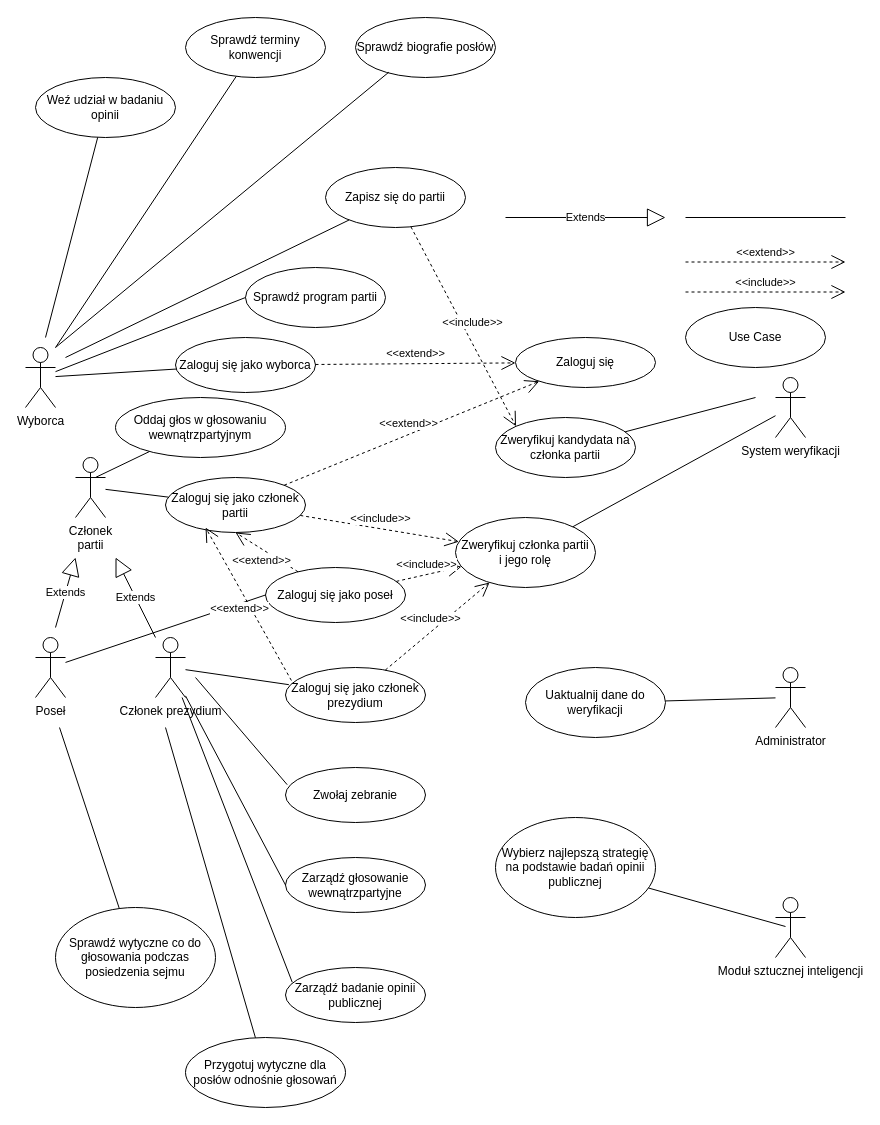
Before: UseCaseIO.drawio in Svvet/ProjektIO, a draw.io diagram. Source tidied: cells renumbered, new cells numbered last; positions are measured from the earlier drawing's top-left corner, leaving out a move shared by most shapes. Both pictures are drawn from the tidied source at 100%, with x=0, y=0 at pixel (25, 17).
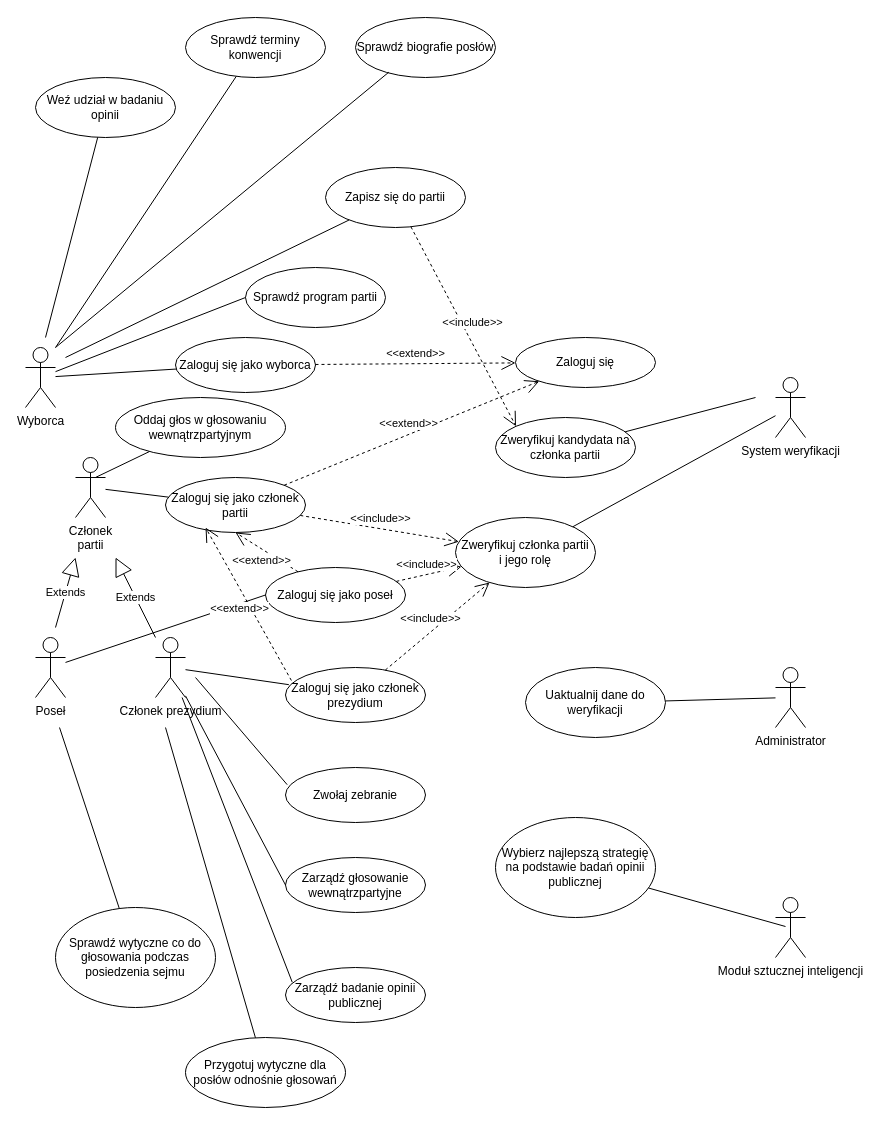
After the change.

The edit, as a diff of the source:
```diff
@@
-    <mxCell id="7" value="&amp;lt;&amp;lt;extend&amp;gt;&amp;gt;" style="endArrow=open;endSize=12;dashed=1;html=1;fontFamily=Helvetica;" parent="1" edge="1">
-      <mxGeometry y="10" relative="1" as="geometry">
-        <mxPoint x="660" y="244.5" as="sourcePoint" />
-        <mxPoint x="820" y="244.5" as="targetPoint" />
-      </mxGeometry>
-    </mxCell>
-    <mxCell id="8" value="&amp;lt;&amp;lt;include&amp;gt;&amp;gt;" style="endArrow=open;endSize=12;dashed=1;html=1;fontFamily=Helvetica;" parent="1" edge="1">
-      <mxGeometry y="10" relative="1" as="geometry">
-        <mxPoint x="660" y="274.5" as="sourcePoint" />
-        <mxPoint x="820" y="274.5" as="targetPoint" />
-      </mxGeometry>
-    </mxCell>
@@
-    <mxCell id="12" value="Use Case" style="ellipse;whiteSpace=wrap;html=1;" parent="1" vertex="1">
-      <mxGeometry x="660" y="290" width="140" height="60" as="geometry" />
-    </mxCell>
@@
-    <mxCell id="15" style="endArrow=none;html=1;fontFamily=Helvetica;" parent="1" edge="1">
-      <mxGeometry relative="1" as="geometry">
-        <mxPoint x="660" y="200" as="sourcePoint" />
-        <mxPoint x="820" y="200" as="targetPoint" />
-      </mxGeometry>
-    </mxCell>
@@
-    <mxCell id="19" style="edgeStyle=none;rounded=0;orthogonalLoop=1;jettySize=auto;html=1;exitX=0.5;exitY=1;exitDx=0;exitDy=0;fontFamily=Helvetica;" parent="1" edge="1" source="12" target="12">
-      <mxGeometry relative="1" as="geometry" />
+    <mxCell id="19" style="edgeStyle=none;rounded=0;orthogonalLoop=1;jettySize=auto;html=1;exitX=0.5;exitY=1;exitDx=0;exitDy=0;fontFamily=Helvetica;" parent="1" edge="1">
+      <mxGeometry relative="1" as="geometry">
+        <mxPoint x="730" y="350" as="sourcePoint" />
+        <mxPoint x="730" y="350" as="targetPoint" />
+      </mxGeometry>
     </mxCell>
@@
-    <mxCell id="23" value="Extends" style="endArrow=block;endSize=16;endFill=0;html=1;fontFamily=Helvetica;" parent="1" edge="1">
-      <mxGeometry relative="1" as="geometry">
-        <mxPoint x="480" y="200" as="sourcePoint" />
-        <mxPoint x="640" y="200" as="targetPoint" />
-      </mxGeometry>
-    </mxCell>
```
